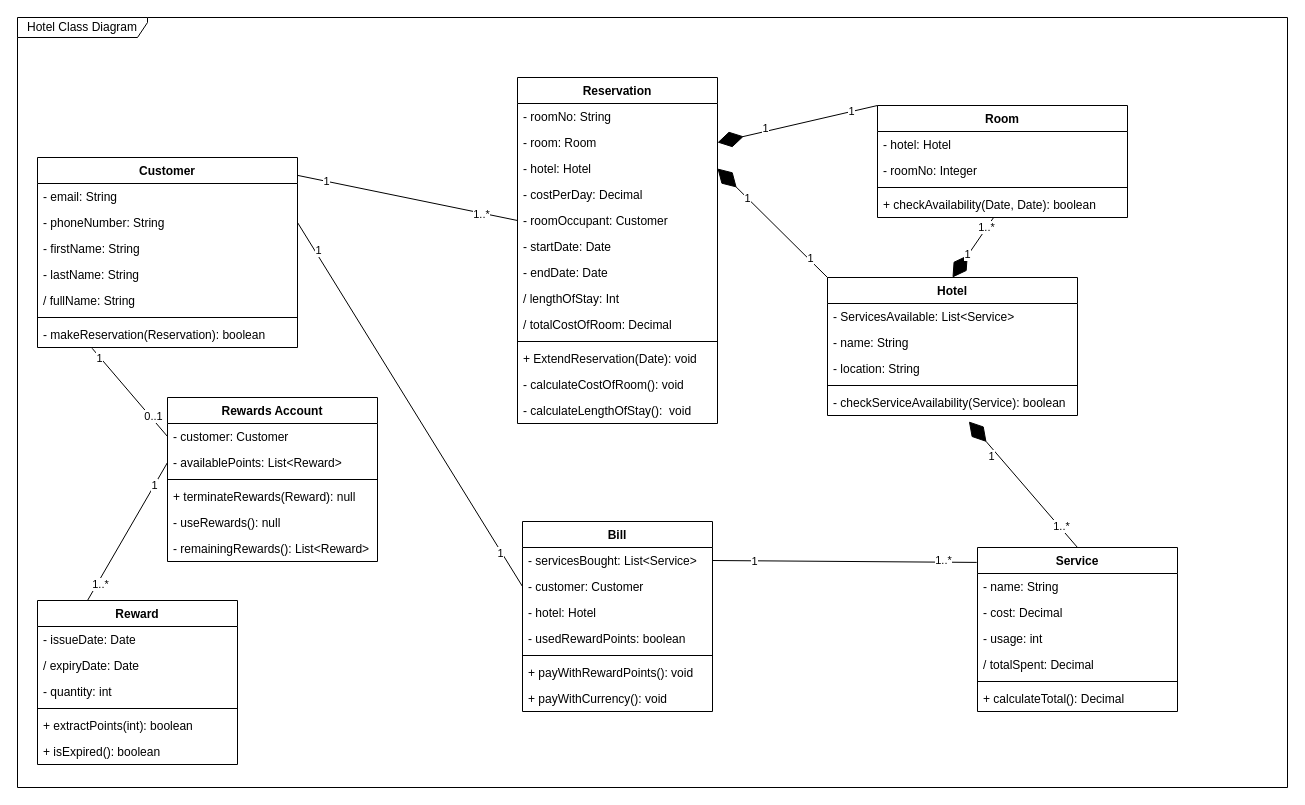
This is Assign2 Hotel Class Diagram Updated.drawio from Darren-ODonnell/BusinessModellingDiagrams, a draw.io file, before an edit. Source tidied: cells renumbered, new cells numbered last; positions are measured from the earlier drawing's top-left corner, leaving out a move shared by most shapes. Both pictures are drawn from the tidied source at 100%, with x=0, y=0 at pixel (17, 17).
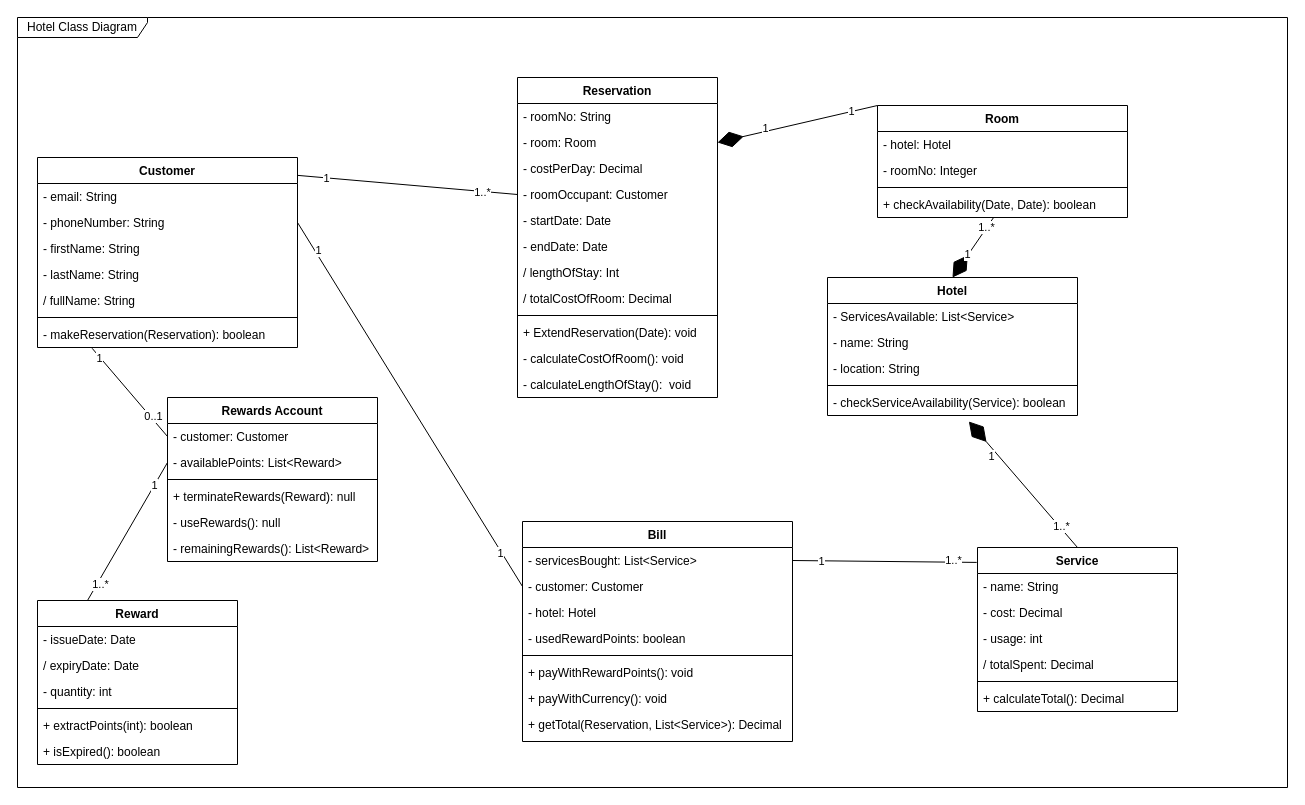
The same page after the edit.

Unchanged cells that the change refers to:
```xml
<mxCell id="54" value="Hotel" style="swimlane;fontStyle=1;align=center;verticalAlign=top;horizontal=1;startSize=26;" parent="1" vertex="1">
  <mxGeometry x="810" y="260" width="250" height="138" as="geometry" />
</mxCell>
```

What changed in the source:
```diff
@@
     <mxCell id="11" value="Reservation" style="swimlane;fontStyle=1;align=center;verticalAlign=top;horizontal=1;startSize=26;" parent="1" vertex="1">
-      <mxGeometry x="500" y="60" width="200" height="346" as="geometry" />
+      <mxGeometry x="500" y="60" width="200" height="320" as="geometry" />
     </mxCell>
@@
-    <mxCell id="14" value="- hotel: Hotel" style="text;strokeColor=none;fillColor=none;align=left;verticalAlign=top;spacingLeft=4;spacingRight=4;overflow=hidden;points=[[0,0.5],[1,0.5]];portConstraint=eastwest;" parent="11" vertex="1">
-      <mxGeometry y="78" width="200" height="26" as="geometry" />
-    </mxCell>
     <mxCell id="15" value="- costPerDay: Decimal" style="text;strokeColor=none;fillColor=none;align=left;verticalAlign=top;spacingLeft=4;spacingRight=4;overflow=hidden;" parent="11" vertex="1">
-      <mxGeometry y="104" width="200" height="26" as="geometry" />
+      <mxGeometry y="78" width="200" height="26" as="geometry" />
     </mxCell>
     <mxCell id="16" value="- roomOccupant: Customer" style="text;strokeColor=none;fillColor=none;align=left;verticalAlign=top;spacingLeft=4;spacingRight=4;overflow=hidden;points=[[0,0.5],[1,0.5]];portConstraint=eastwest;" parent="11" vertex="1">
-      <mxGeometry y="130" width="200" height="26" as="geometry" />
+      <mxGeometry y="104" width="200" height="26" as="geometry" />
     </mxCell>
     <mxCell id="17" value="- startDate: Date" style="text;strokeColor=none;fillColor=none;align=left;verticalAlign=top;spacingLeft=4;spacingRight=4;overflow=hidden;" parent="11" vertex="1">
-      <mxGeometry y="156" width="200" height="26" as="geometry" />
+      <mxGeometry y="130" width="200" height="26" as="geometry" />
     </mxCell>
     <mxCell id="18" value="- endDate: Date" style="text;strokeColor=none;fillColor=none;align=left;verticalAlign=top;spacingLeft=4;spacingRight=4;overflow=hidden;" parent="11" vertex="1">
-      <mxGeometry y="182" width="200" height="26" as="geometry" />
+      <mxGeometry y="156" width="200" height="26" as="geometry" />
     </mxCell>
     <mxCell id="19" value="/ lengthOfStay: Int" style="text;strokeColor=none;fillColor=none;align=left;verticalAlign=top;spacingLeft=4;spacingRight=4;overflow=hidden;" parent="11" vertex="1">
-      <mxGeometry y="208" width="200" height="26" as="geometry" />
+      <mxGeometry y="182" width="200" height="26" as="geometry" />
     </mxCell>
     <mxCell id="20" value="/ totalCostOfRoom: Decimal" style="text;strokeColor=none;fillColor=none;align=left;verticalAlign=top;spacingLeft=4;spacingRight=4;overflow=hidden;" parent="11" vertex="1">
-      <mxGeometry y="234" width="200" height="26" as="geometry" />
+      <mxGeometry y="208" width="200" height="26" as="geometry" />
     </mxCell>
     <mxCell id="21" style="line;strokeWidth=1;fillColor=none;align=left;verticalAlign=middle;spacingTop=-1;spacingLeft=3;spacingRight=3;labelPosition=right;" parent="11" vertex="1">
-      <mxGeometry y="260" width="200" height="8" as="geometry" />
+      <mxGeometry y="234" width="200" height="8" as="geometry" />
     </mxCell>
     <mxCell id="22" value="+ ExtendReservation(Date): void" style="text;strokeColor=none;fillColor=none;align=left;verticalAlign=top;spacingLeft=4;spacingRight=4;overflow=hidden;" parent="11" vertex="1">
-      <mxGeometry y="268" width="200" height="26" as="geometry" />
+      <mxGeometry y="242" width="200" height="26" as="geometry" />
     </mxCell>
     <mxCell id="23" value="- calculateCostOfRoom(): void" style="text;strokeColor=none;fillColor=none;align=left;verticalAlign=top;spacingLeft=4;spacingRight=4;overflow=hidden;" parent="11" vertex="1">
-      <mxGeometry y="294" width="200" height="26" as="geometry" />
+      <mxGeometry y="268" width="200" height="26" as="geometry" />
     </mxCell>
     <mxCell id="24" value="- calculateLengthOfStay():  void" style="text;strokeColor=none;fillColor=none;align=left;verticalAlign=top;spacingLeft=4;spacingRight=4;overflow=hidden;" parent="11" vertex="1">
-      <mxGeometry y="320" width="200" height="26" as="geometry" />
+      <mxGeometry y="294" width="200" height="26" as="geometry" />
     </mxCell>
@@
     <mxCell id="32" value="Bill" style="swimlane;fontStyle=1;align=center;verticalAlign=top;horizontal=1;startSize=26;" parent="1" vertex="1">
-      <mxGeometry x="505" y="504" width="190" height="190" as="geometry" />
+      <mxGeometry x="505" y="504" width="270" height="220" as="geometry" />
     </mxCell>
     <mxCell id="33" value="- servicesBought: List&lt;Service&gt;" style="text;strokeColor=none;fillColor=none;align=left;verticalAlign=top;spacingLeft=4;spacingRight=4;overflow=hidden;points=[[0,0.5],[1,0.5]];portConstraint=eastwest;" parent="32" vertex="1">
-      <mxGeometry y="26" width="190" height="26" as="geometry" />
+      <mxGeometry y="26" width="270" height="26" as="geometry" />
     </mxCell>
     <mxCell id="34" value="- customer: Customer " style="text;strokeColor=none;fillColor=none;align=left;verticalAlign=top;spacingLeft=4;spacingRight=4;overflow=hidden;points=[[0,0.5],[1,0.5]];portConstraint=eastwest;" parent="32" vertex="1">
-      <mxGeometry y="52" width="190" height="26" as="geometry" />
+      <mxGeometry y="52" width="270" height="26" as="geometry" />
     </mxCell>
     <mxCell id="35" value="- hotel: Hotel" style="text;strokeColor=none;fillColor=none;align=left;verticalAlign=top;spacingLeft=4;spacingRight=4;overflow=hidden;" parent="32" vertex="1">
-      <mxGeometry y="78" width="190" height="26" as="geometry" />
+      <mxGeometry y="78" width="270" height="26" as="geometry" />
     </mxCell>
     <mxCell id="36" value="- usedRewardPoints: boolean" style="text;strokeColor=none;fillColor=none;align=left;verticalAlign=top;spacingLeft=4;spacingRight=4;overflow=hidden;" parent="32" vertex="1">
-      <mxGeometry y="104" width="190" height="26" as="geometry" />
+      <mxGeometry y="104" width="270" height="26" as="geometry" />
     </mxCell>
     <mxCell id="37" style="line;strokeWidth=1;fillColor=none;align=left;verticalAlign=middle;spacingTop=-1;spacingLeft=3;spacingRight=3;labelPosition=right;" parent="32" vertex="1">
-      <mxGeometry y="130" width="190" height="8" as="geometry" />
+      <mxGeometry y="130" width="270" height="8" as="geometry" />
     </mxCell>
     <mxCell id="38" value="+ payWithRewardPoints(): void" style="text;strokeColor=none;fillColor=none;align=left;verticalAlign=top;spacingLeft=4;spacingRight=4;overflow=hidden;" parent="32" vertex="1">
-      <mxGeometry y="138" width="190" height="26" as="geometry" />
+      <mxGeometry y="138" width="270" height="26" as="geometry" />
     </mxCell>
     <mxCell id="39" value="+ payWithCurrency(): void" style="text;strokeColor=none;fillColor=none;align=left;verticalAlign=top;spacingLeft=4;spacingRight=4;overflow=hidden;" parent="32" vertex="1">
-      <mxGeometry y="164" width="190" height="26" as="geometry" />
+      <mxGeometry y="164" width="270" height="26" as="geometry" />
     </mxCell>
+    <mxCell id="93" value="+ getTotal(Reservation, List&lt;Service&gt;): Decimal" style="text;strokeColor=none;fillColor=none;align=left;verticalAlign=top;spacingLeft=4;spacingRight=4;overflow=hidden;" parent="32" vertex="1">
+      <mxGeometry y="190" width="270" height="30" as="geometry" />
+    </mxCell>
@@
-    <mxCell id="87" style="endArrow=diamondThin;endFill=1;endSize=24;html=1;rounded=0;targetPerimeterSpacing=6;entryX=1;entryY=0.5;entryDx=0;entryDy=0;exitX=0;exitY=0;exitDx=0;exitDy=0;" parent="1" edge="1" source="54" target="14">
-      <mxGeometry relative="1" as="geometry" />
-    </mxCell>
-    <mxCell id="88" value="1" style="edgeLabel;html=1;align=center;verticalAlign=middle;" parent="87" vertex="1">
-      <mxGeometry x="0.25" y="-1" relative="1" as="geometry">
-        <mxPoint x="-12" y="-11" as="offset" />
-      </mxGeometry>
-    </mxCell>
-    <mxCell id="89" value="1" style="edgeLabel;html=1;align=center;verticalAlign=middle;" parent="87" vertex="1">
-      <mxGeometry x="-0.67" y="-1" relative="1" as="geometry" />
-    </mxCell>
```
